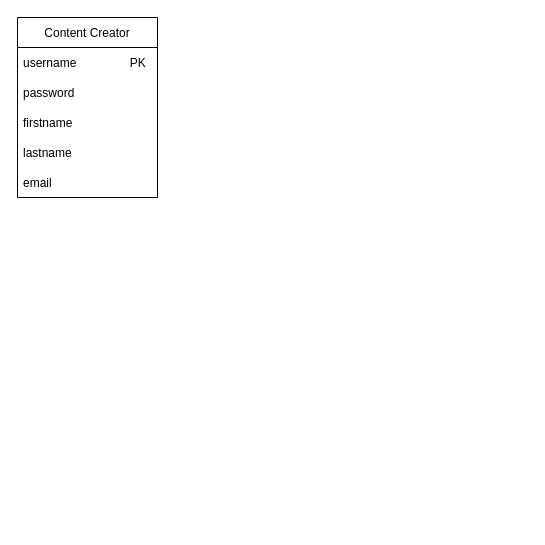
The draw.io diagram diagrams/DatabaseDesign.drawio in jadhamwi31/cc_productivity_and_marketing_kit, before the edit. Source tidied: cells renumbered, new cells numbered last; positions are measured from the earlier drawing's top-left corner, leaving out a move shared by most shapes. Both pictures are drawn from the tidied source at 100%, with x=0, y=0 at pixel (17, 17).
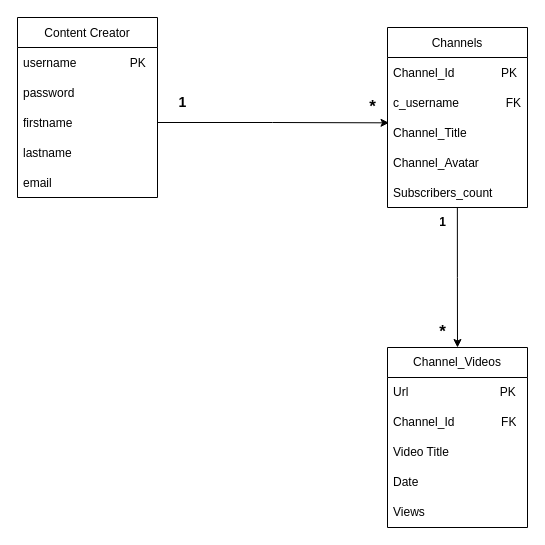
Above is the later version.

Unchanged cells that the change refers to:
```xml
<mxCell id="5" value="firstname                " style="text;strokeColor=none;fillColor=none;align=left;verticalAlign=middle;spacingLeft=4;spacingRight=4;overflow=hidden;points=[[0,0.5],[1,0.5]];portConstraint=eastwest;" parent="2" vertex="1">
  <mxGeometry y="90" width="140" height="30" as="geometry" />
</mxCell>
```

Diff of the diagram source:
```diff
@@
+    <mxCell id="8" value="Channels" style="swimlane;fontStyle=0;horizontal=1;startSize=30;" parent="1" vertex="1">
+      <mxGeometry x="370" y="10" width="140" height="180" as="geometry" />
+    </mxCell>
+    <mxCell id="9" value="Channel_Id              PK" style="text;strokeColor=none;fillColor=none;align=left;verticalAlign=middle;spacingLeft=4;spacingRight=4;overflow=hidden;" parent="8" vertex="1">
+      <mxGeometry y="30" width="140" height="30" as="geometry" />
+    </mxCell>
+    <mxCell id="10" value="c_username              FK" style="text;strokeColor=none;fillColor=none;align=left;verticalAlign=middle;spacingLeft=4;spacingRight=4;overflow=hidden;" parent="8" vertex="1">
+      <mxGeometry y="60" width="140" height="30" as="geometry" />
+    </mxCell>
+    <mxCell id="11" value="Channel_Title" style="text;strokeColor=none;fillColor=none;align=left;verticalAlign=middle;spacingLeft=4;spacingRight=4;overflow=hidden;points=[[0,0.5],[1,0.5]];portConstraint=eastwest;" parent="8" vertex="1">
+      <mxGeometry y="90" width="140" height="30" as="geometry" />
+    </mxCell>
+    <mxCell id="12" value="Channel_Avatar" style="text;strokeColor=none;fillColor=none;align=left;verticalAlign=middle;spacingLeft=4;spacingRight=4;overflow=hidden;" parent="8" vertex="1">
+      <mxGeometry y="120" width="140" height="30" as="geometry" />
+    </mxCell>
+    <mxCell id="13" value="Subscribers_count" style="text;strokeColor=none;fillColor=none;align=left;verticalAlign=middle;spacingLeft=4;spacingRight=4;overflow=hidden;points=[[0,0.5],[1,0.5]];portConstraint=eastwest;" parent="8" vertex="1">
+      <mxGeometry y="150" width="140" height="30" as="geometry" />
+    </mxCell>
+    <mxCell id="14" style="edgeStyle=orthogonalEdgeStyle;rounded=0;jettySize=auto;html=1;exitX=1;exitY=0.5;exitDx=0;exitDy=0;entryX=0.011;entryY=0.178;entryDx=0;entryDy=0;entryPerimeter=0;" parent="1" edge="1" source="5" target="11">
+      <mxGeometry relative="1" as="geometry" />
+    </mxCell>
+    <mxCell id="15" value="&lt;font style=&quot;font-size: 14px;&quot;&gt;&lt;b&gt;1&lt;/b&gt;&lt;/font&gt;" style="text;html=1;align=center;verticalAlign=middle;strokeColor=none;fillColor=none;" parent="1" vertex="1">
+      <mxGeometry x="150" y="70" width="30" height="30" as="geometry" />
+    </mxCell>
+    <mxCell id="16" value="&lt;font style=&quot;font-size: 17px;&quot;&gt;&lt;b&gt;*&lt;/b&gt;&lt;/font&gt;" style="text;html=1;align=center;verticalAlign=middle;strokeColor=none;fillColor=none;" parent="1" vertex="1">
+      <mxGeometry x="410" y="300" width="30" height="30" as="geometry" />
+    </mxCell>
+    <mxCell id="17" value="Channel_Videos" style="swimlane;fontStyle=0;horizontal=1;startSize=30;whiteSpace=wrap;html=1;" parent="1" vertex="1">
+      <mxGeometry x="370" y="330" width="140" height="180" as="geometry" />
+    </mxCell>
+    <mxCell id="18" value="Url&amp;nbsp;&lt;span style=&quot;white-space: pre;&quot;&gt;&#9;&lt;/span&gt;&lt;span style=&quot;white-space: pre;&quot;&gt;&#9;&lt;/span&gt;&lt;span style=&quot;white-space: pre;&quot;&gt;&#9;&lt;/span&gt;&lt;span style=&quot;white-space: pre;&quot;&gt;&#9;&lt;/span&gt;PK" style="text;strokeColor=none;fillColor=none;align=left;verticalAlign=middle;spacingLeft=4;spacingRight=4;overflow=hidden;whiteSpace=wrap;html=1;" parent="17" vertex="1">
+      <mxGeometry y="30" width="140" height="30" as="geometry" />
+    </mxCell>
+    <mxCell id="19" value="Channel_Id&amp;nbsp; &amp;nbsp; &amp;nbsp; &amp;nbsp; &amp;nbsp; &amp;nbsp; &amp;nbsp; FK" style="text;strokeColor=none;fillColor=none;align=left;verticalAlign=middle;spacingLeft=4;spacingRight=4;overflow=hidden;whiteSpace=wrap;html=1;" parent="17" vertex="1">
+      <mxGeometry y="60" width="140" height="30" as="geometry" />
+    </mxCell>
+    <mxCell id="20" value="Video Title" style="text;strokeColor=none;fillColor=none;align=left;verticalAlign=middle;spacingLeft=4;spacingRight=4;overflow=hidden;whiteSpace=wrap;html=1;" parent="17" vertex="1">
+      <mxGeometry y="90" width="140" height="30" as="geometry" />
+    </mxCell>
+    <mxCell id="21" value="Date" style="text;strokeColor=none;fillColor=none;align=left;verticalAlign=middle;spacingLeft=4;spacingRight=4;overflow=hidden;whiteSpace=wrap;html=1;" parent="17" vertex="1">
+      <mxGeometry y="120" width="140" height="30" as="geometry" />
+    </mxCell>
+    <mxCell id="22" value="Views" style="text;strokeColor=none;fillColor=none;align=left;verticalAlign=middle;spacingLeft=4;spacingRight=4;overflow=hidden;whiteSpace=wrap;html=1;" parent="17" vertex="1">
+      <mxGeometry y="150" width="140" height="30" as="geometry" />
+    </mxCell>
+    <mxCell id="23" style="edgeStyle=orthogonalEdgeStyle;rounded=0;jettySize=auto;html=1;exitX=0.499;exitY=0.983;exitDx=0;exitDy=0;exitPerimeter=0;" parent="1" edge="1" source="13" target="17">
+      <mxGeometry relative="1" as="geometry" />
+    </mxCell>
+    <mxCell id="24" value="&lt;b&gt;1&lt;/b&gt;" style="text;html=1;align=center;verticalAlign=middle;strokeColor=none;fillColor=none;" parent="1" vertex="1">
+      <mxGeometry x="410" y="190" width="30" height="30" as="geometry" />
+    </mxCell>
+    <mxCell id="25" value="&lt;font style=&quot;font-size: 17px;&quot;&gt;&lt;b&gt;*&lt;/b&gt;&lt;/font&gt;" style="text;html=1;align=center;verticalAlign=middle;strokeColor=none;fillColor=none;" parent="1" vertex="1">
+      <mxGeometry x="340" y="75" width="30" height="30" as="geometry" />
+    </mxCell>
```
